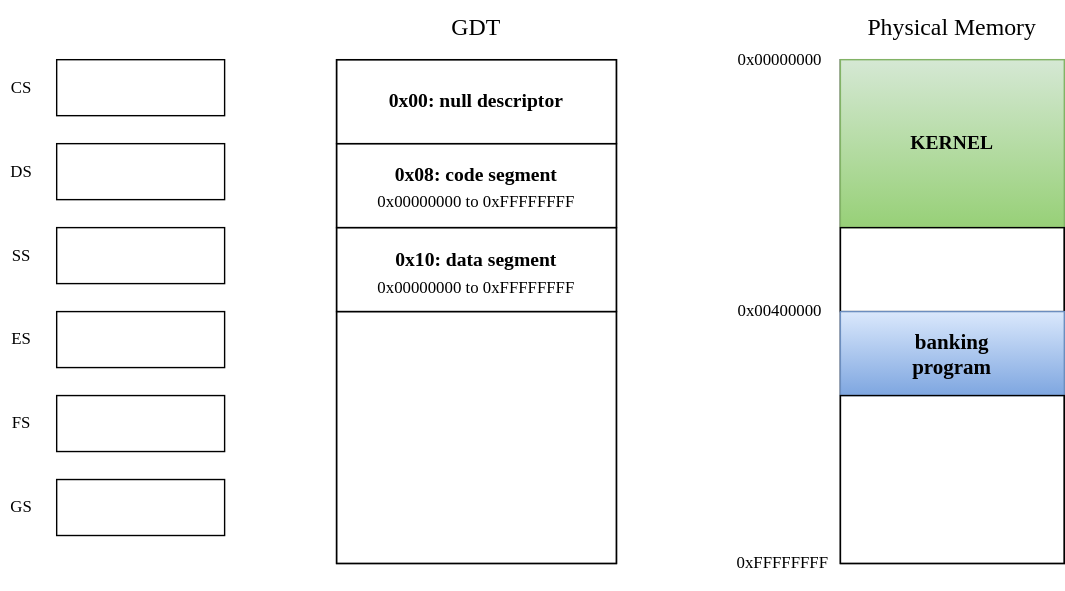
Before: docs/images/segment-selectors.svg, a diagram exported from draw.io (aarav-anish/ritamOS). Source tidied: cells renumbered, new cells last; positions are measured from the earlier drawing's top-left corner, leaving out a move shared by most shapes. Source of this version:
```xml
<mxGraphModel>
  <root>
    <mxCell id="0" />
    <mxCell id="1" parent="0" />
    <mxCell id="2" style="rounded=0;whiteSpace=wrap;html=1;" parent="1" vertex="1">
      <mxGeometry x="40" y="42" width="120" height="40" as="geometry" />
    </mxCell>
    <mxCell id="3" style="rounded=0;whiteSpace=wrap;html=1;" parent="1" vertex="1">
      <mxGeometry x="40" y="102" width="120" height="40" as="geometry" />
    </mxCell>
    <mxCell id="4" style="rounded=0;whiteSpace=wrap;html=1;" parent="1" vertex="1">
      <mxGeometry x="40" y="162" width="120" height="40" as="geometry" />
    </mxCell>
    <mxCell id="5" style="rounded=0;whiteSpace=wrap;html=1;" parent="1" vertex="1">
      <mxGeometry x="40" y="222" width="120" height="40" as="geometry" />
    </mxCell>
    <mxCell id="6" style="rounded=0;whiteSpace=wrap;html=1;" parent="1" vertex="1">
      <mxGeometry x="40" y="282" width="120" height="40" as="geometry" />
    </mxCell>
    <mxCell id="7" style="rounded=0;whiteSpace=wrap;html=1;" parent="1" vertex="1">
      <mxGeometry x="40" y="342" width="120" height="40" as="geometry" />
    </mxCell>
    <mxCell id="8" value="CS" style="text;html=1;whiteSpace=wrap;strokeColor=none;fillColor=none;align=center;verticalAlign=middle;rounded=0;fontFamily=Verdana;" parent="1" vertex="1">
      <mxGeometry y="42" width="30" height="40" as="geometry" />
    </mxCell>
    <mxCell id="9" value="DS" style="text;html=1;whiteSpace=wrap;strokeColor=none;fillColor=none;align=center;verticalAlign=middle;rounded=0;fontFamily=Verdana;" parent="1" vertex="1">
      <mxGeometry y="102" width="30" height="40" as="geometry" />
    </mxCell>
    <mxCell id="10" value="SS" style="text;html=1;whiteSpace=wrap;strokeColor=none;fillColor=none;align=center;verticalAlign=middle;rounded=0;fontFamily=Verdana;" parent="1" vertex="1">
      <mxGeometry y="162" width="30" height="40" as="geometry" />
    </mxCell>
    <mxCell id="11" value="ES" style="text;html=1;whiteSpace=wrap;strokeColor=none;fillColor=none;align=center;verticalAlign=middle;rounded=0;fontFamily=Verdana;" parent="1" vertex="1">
      <mxGeometry y="222" width="30" height="40" as="geometry" />
    </mxCell>
    <mxCell id="12" value="FS" style="text;html=1;whiteSpace=wrap;strokeColor=none;fillColor=none;align=center;verticalAlign=middle;rounded=0;fontFamily=Verdana;" parent="1" vertex="1">
      <mxGeometry y="282" width="30" height="40" as="geometry" />
    </mxCell>
    <mxCell id="13" value="GS" style="text;html=1;whiteSpace=wrap;strokeColor=none;fillColor=none;align=center;verticalAlign=middle;rounded=0;fontFamily=Verdana;" parent="1" vertex="1">
      <mxGeometry y="342" width="30" height="40" as="geometry" />
    </mxCell>
    <mxCell id="14" style="shadow=0;fillColor=none;fontFamily=Verdana;" parent="1" vertex="1">
      <mxGeometry x="240" y="42" width="200" height="360" as="geometry" />
    </mxCell>
    <mxCell id="15" style="shape=tableRow;horizontal=0;startSize=0;swimlaneHead=0;swimlaneBody=0;top=0;left=0;bottom=0;right=0;fontStyle=0;fillColor=none;strokeColor=inherit;fontFamily=Verdana;" parent="14" vertex="1">
      <mxGeometry width="200" height="60" as="geometry" />
    </mxCell>
    <mxCell id="16" value="&lt;font style=&quot;font-size: 14px;&quot;&gt;&lt;b style=&quot;color: light-dark(rgb(0, 0, 0), rgb(255, 153, 204));&quot;&gt;0x00: null descriptor&lt;/b&gt;&lt;/font&gt;" style="strokeColor=inherit;fillColor=none;align=center;whiteSpace=wrap;html=1;fontFamily=Verdana;" parent="15" vertex="1">
      <mxGeometry width="200" height="60" as="geometry" />
    </mxCell>
    <mxCell id="17" style="shape=tableRow;horizontal=0;startSize=0;swimlaneHead=0;swimlaneBody=0;top=0;left=0;bottom=0;right=0;fontStyle=0;fillColor=none;strokeColor=inherit;fontFamily=Verdana;" parent="14" vertex="1">
      <mxGeometry y="60" width="200" height="60" as="geometry" />
    </mxCell>
    <mxCell id="18" value="&lt;font style=&quot;line-height: 170%; font-size: 14px;&quot;&gt;&lt;b style=&quot;color: light-dark(rgb(0, 0, 0), rgb(255, 153, 204));&quot;&gt;0x08: code segment&lt;/b&gt;&lt;/font&gt;&lt;div&gt;0x00000000 to 0xFFFFFFFF&lt;/div&gt;" style="strokeColor=inherit;fillColor=none;align=center;whiteSpace=wrap;html=1;fontFamily=Verdana;" parent="17" vertex="1">
      <mxGeometry width="200" height="60" as="geometry" />
    </mxCell>
    <mxCell id="19" style="shape=tableRow;horizontal=0;startSize=0;swimlaneHead=0;swimlaneBody=0;top=0;left=0;bottom=0;right=0;fontStyle=0;fillColor=none;strokeColor=inherit;fontFamily=Verdana;" parent="14" vertex="1">
      <mxGeometry y="120" width="200" height="60" as="geometry" />
    </mxCell>
    <mxCell id="20" value="&lt;font style=&quot;line-height: 25.5px; font-size: 14px;&quot;&gt;&lt;b style=&quot;color: light-dark(rgb(0, 0, 0), rgb(255, 153, 204));&quot;&gt;0x10: data segment&lt;/b&gt;&lt;/font&gt;&lt;div&gt;0x00000000 to 0xFFFFFFFF&lt;/div&gt;" style="strokeColor=inherit;fillColor=none;align=center;whiteSpace=wrap;html=1;fontFamily=Verdana;" parent="19" vertex="1">
      <mxGeometry width="200" height="60" as="geometry" />
    </mxCell>
    <mxCell id="21" style="shape=tableRow;horizontal=0;startSize=0;swimlaneHead=0;swimlaneBody=0;top=0;left=0;bottom=0;right=0;fontStyle=0;fillColor=none;strokeColor=inherit;fontFamily=Verdana;" parent="14" vertex="1">
      <mxGeometry y="180" width="200" height="180" as="geometry" />
    </mxCell>
    <mxCell id="22" style="strokeColor=inherit;fillColor=none;align=center;whiteSpace=wrap;html=1;fontFamily=Verdana;" parent="21" vertex="1">
      <mxGeometry width="200" height="180" as="geometry" />
    </mxCell>
    <mxCell id="23" style="shadow=0;fillColor=none;fontFamily=Verdana;" parent="1" vertex="1">
      <mxGeometry x="600" y="42" width="160" height="360" as="geometry" />
    </mxCell>
    <mxCell id="24" style="shape=tableRow;horizontal=0;startSize=0;swimlaneHead=0;swimlaneBody=0;top=0;left=0;bottom=0;right=0;fontStyle=0;fillColor=none;strokeColor=inherit;fontFamily=Verdana;labelBackgroundColor=none;" parent="23" vertex="1">
      <mxGeometry width="160" height="120" as="geometry" />
    </mxCell>
    <mxCell id="25" value="&lt;font style=&quot;font-size: 14px;&quot;&gt;&lt;b style=&quot;color: light-dark(rgb(0, 0, 0), rgb(0, 255, 0));&quot;&gt;KERNEL&lt;/b&gt;&lt;/font&gt;" style="strokeColor=#82b366;fillColor=#d5e8d4;align=center;whiteSpace=wrap;html=1;fontFamily=Verdana;labelBackgroundColor=none;gradientColor=#97d077;" parent="24" vertex="1">
      <mxGeometry width="160" height="120" as="geometry" />
    </mxCell>
    <mxCell id="26" style="shape=tableRow;horizontal=0;startSize=0;swimlaneHead=0;swimlaneBody=0;top=0;left=0;bottom=0;right=0;fontStyle=0;fillColor=none;strokeColor=inherit;fontFamily=Verdana;labelBackgroundColor=none;" parent="23" vertex="1">
      <mxGeometry y="120" width="160" height="60" as="geometry" />
    </mxCell>
    <mxCell id="27" style="strokeColor=inherit;fillColor=none;align=center;whiteSpace=wrap;html=1;fontFamily=Verdana;labelBackgroundColor=none;" parent="26" vertex="1">
      <mxGeometry width="160" height="60" as="geometry" />
    </mxCell>
    <mxCell id="28" style="shape=tableRow;horizontal=0;startSize=0;swimlaneHead=0;swimlaneBody=0;top=0;left=0;bottom=0;right=0;fontStyle=0;fillColor=none;strokeColor=inherit;fontFamily=Verdana;labelBackgroundColor=none;" parent="23" vertex="1">
      <mxGeometry y="180" width="160" height="60" as="geometry" />
    </mxCell>
    <mxCell id="29" value="&lt;div&gt;&lt;span style=&quot;font-size: 15px; color: light-dark(rgb(0, 0, 0), rgb(204, 255, 255));&quot;&gt;&lt;b style=&quot;&quot;&gt;banking&lt;/b&gt;&lt;/span&gt;&lt;/div&gt;&lt;div&gt;&lt;span style=&quot;font-size: 15px; color: light-dark(rgb(0, 0, 0), rgb(204, 255, 255));&quot;&gt;&lt;b style=&quot;&quot;&gt;program&lt;/b&gt;&lt;/span&gt;&lt;/div&gt;" style="strokeColor=#6c8ebf;fillColor=#dae8fc;align=center;whiteSpace=wrap;html=1;fontFamily=Verdana;labelBackgroundColor=none;gradientColor=#7ea6e0;" parent="28" vertex="1">
      <mxGeometry width="160" height="60" as="geometry" />
    </mxCell>
    <mxCell id="30" style="shape=tableRow;horizontal=0;startSize=0;swimlaneHead=0;swimlaneBody=0;top=0;left=0;bottom=0;right=0;fontStyle=0;fillColor=none;strokeColor=inherit;fontFamily=Verdana;labelBackgroundColor=none;" parent="23" vertex="1">
      <mxGeometry y="240" width="160" height="120" as="geometry" />
    </mxCell>
    <mxCell id="31" style="strokeColor=inherit;fillColor=none;align=center;whiteSpace=wrap;html=1;fontFamily=Verdana;labelBackgroundColor=none;" parent="30" vertex="1">
      <mxGeometry width="160" height="120" as="geometry" />
    </mxCell>
    <mxCell id="32" value="&lt;font style=&quot;font-size: 17px;&quot;&gt;GDT&lt;/font&gt;" style="text;html=1;whiteSpace=wrap;strokeColor=none;fillColor=none;align=center;verticalAlign=middle;rounded=0;fontFamily=Verdana;" parent="1" vertex="1">
      <mxGeometry x="240" width="200" height="40" as="geometry" />
    </mxCell>
    <mxCell id="33" value="&lt;font style=&quot;font-size: 17px;&quot;&gt;Physical Memory&lt;/font&gt;" style="text;html=1;whiteSpace=wrap;strokeColor=none;fillColor=none;align=center;verticalAlign=middle;rounded=0;fontFamily=Verdana;" parent="1" vertex="1">
      <mxGeometry x="600" width="160" height="40" as="geometry" />
    </mxCell>
    <mxCell id="34" value="0x00000000" style="text;html=1;whiteSpace=wrap;strokeColor=none;fillColor=none;align=center;verticalAlign=middle;rounded=0;fontFamily=Verdana;" parent="1" vertex="1">
      <mxGeometry x="517" y="22" width="80" height="40" as="geometry" />
    </mxCell>
    <mxCell id="35" value="0x00400000" style="text;html=1;whiteSpace=wrap;strokeColor=none;fillColor=none;align=center;verticalAlign=middle;rounded=0;fontFamily=Verdana;" parent="1" vertex="1">
      <mxGeometry x="517" y="202" width="80" height="40" as="geometry" />
    </mxCell>
    <mxCell id="36" value="0xFFFFFFFF" style="text;html=1;whiteSpace=wrap;strokeColor=none;fillColor=none;align=center;verticalAlign=middle;rounded=0;fontFamily=Verdana;" parent="1" vertex="1">
      <mxGeometry x="519" y="382" width="80" height="40" as="geometry" />
    </mxCell>
  </root>
</mxGraphModel>
```
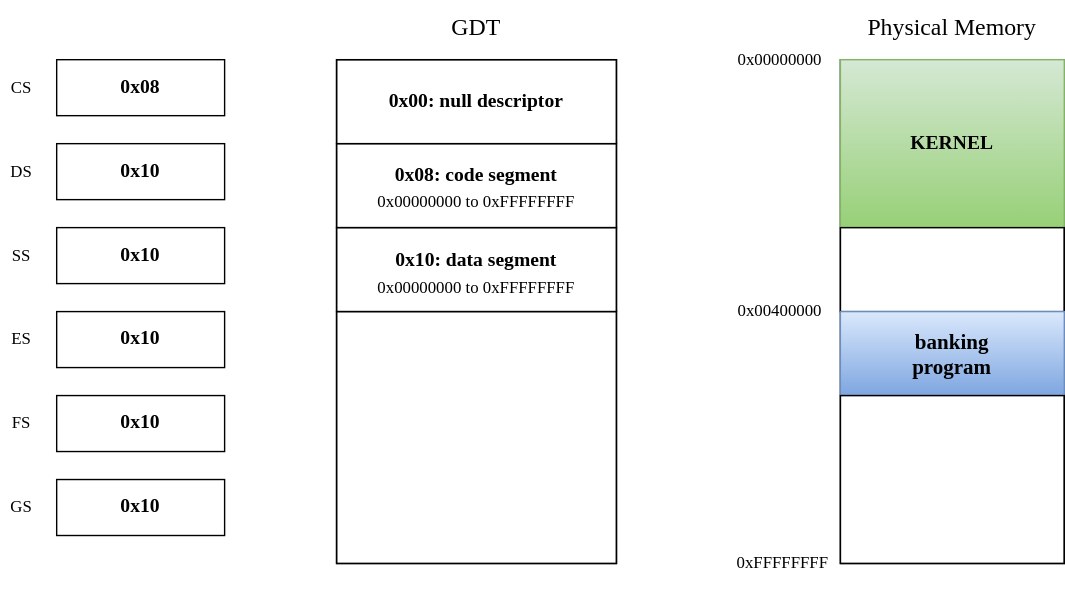
The same file after the commit.

Commit message:
add separate data segments for each module

What changed in the source:
```diff
@@ -2,22 +2,22 @@
   <root>
     <mxCell id="0" />
     <mxCell id="1" parent="0" />
-    <mxCell id="2" style="rounded=0;whiteSpace=wrap;html=1;" parent="1" vertex="1">
+    <mxCell id="2" value="&lt;b style=&quot;font-family: Verdana; font-size: 14px; color: light-dark(rgb(0, 0, 0), rgb(255, 153, 204));&quot;&gt;0x08&lt;/b&gt;" style="rounded=0;whiteSpace=wrap;html=1;" parent="1" vertex="1">
       <mxGeometry x="40" y="42" width="120" height="40" as="geometry" />
     </mxCell>
-    <mxCell id="3" style="rounded=0;whiteSpace=wrap;html=1;" parent="1" vertex="1">
+    <mxCell id="3" value="&lt;b style=&quot;font-family: Verdana; font-size: 14px; color: light-dark(rgb(0, 0, 0), rgb(255, 153, 204));&quot;&gt;0x10&lt;/b&gt;" style="rounded=0;whiteSpace=wrap;html=1;" parent="1" vertex="1">
       <mxGeometry x="40" y="102" width="120" height="40" as="geometry" />
     </mxCell>
-    <mxCell id="4" style="rounded=0;whiteSpace=wrap;html=1;" parent="1" vertex="1">
+    <mxCell id="4" value="&lt;b style=&quot;font-family: Verdana; font-size: 14px; color: light-dark(rgb(0, 0, 0), rgb(255, 153, 204));&quot;&gt;0x10&lt;/b&gt;" style="rounded=0;whiteSpace=wrap;html=1;" parent="1" vertex="1">
       <mxGeometry x="40" y="162" width="120" height="40" as="geometry" />
     </mxCell>
-    <mxCell id="5" style="rounded=0;whiteSpace=wrap;html=1;" parent="1" vertex="1">
+    <mxCell id="5" value="&lt;b style=&quot;font-family: Verdana; font-size: 14px; color: light-dark(rgb(0, 0, 0), rgb(255, 153, 204));&quot;&gt;0x10&lt;/b&gt;" style="rounded=0;whiteSpace=wrap;html=1;" parent="1" vertex="1">
       <mxGeometry x="40" y="222" width="120" height="40" as="geometry" />
     </mxCell>
-    <mxCell id="6" style="rounded=0;whiteSpace=wrap;html=1;" parent="1" vertex="1">
+    <mxCell id="6" value="&lt;b style=&quot;font-family: Verdana; font-size: 14px; color: light-dark(rgb(0, 0, 0), rgb(255, 153, 204));&quot;&gt;0x10&lt;/b&gt;" style="rounded=0;whiteSpace=wrap;html=1;" parent="1" vertex="1">
       <mxGeometry x="40" y="282" width="120" height="40" as="geometry" />
     </mxCell>
-    <mxCell id="7" style="rounded=0;whiteSpace=wrap;html=1;" parent="1" vertex="1">
+    <mxCell id="7" value="&lt;b style=&quot;font-family: Verdana; font-size: 14px; color: light-dark(rgb(0, 0, 0), rgb(255, 153, 204));&quot;&gt;0x10&lt;/b&gt;" style="rounded=0;whiteSpace=wrap;html=1;" parent="1" vertex="1">
       <mxGeometry x="40" y="342" width="120" height="40" as="geometry" />
     </mxCell>
     <mxCell id="8" value="CS" style="text;html=1;whiteSpace=wrap;strokeColor=none;fillColor=none;align=center;verticalAlign=middle;rounded=0;fontFamily=Verdana;" parent="1" vertex="1">
@@ -56,7 +56,7 @@
     <mxCell id="19" style="shape=tableRow;horizontal=0;startSize=0;swimlaneHead=0;swimlaneBody=0;top=0;left=0;bottom=0;right=0;fontStyle=0;fillColor=none;strokeColor=inherit;fontFamily=Verdana;" parent="14" vertex="1">
       <mxGeometry y="120" width="200" height="60" as="geometry" />
     </mxCell>
-    <mxCell id="20" value="&lt;font style=&quot;line-height: 25.5px; font-size: 14px;&quot;&gt;&lt;b style=&quot;color: light-dark(rgb(0, 0, 0), rgb(255, 153, 204));&quot;&gt;0x10: data segment&lt;/b&gt;&lt;/font&gt;&lt;div&gt;0x00000000 to 0xFFFFFFFF&lt;/div&gt;" style="strokeColor=inherit;fillColor=none;align=center;whiteSpace=wrap;html=1;fontFamily=Verdana;" parent="19" vertex="1">
+    <mxCell id="20" value="&lt;font style=&quot;line-height: 25.5px; font-size: 14px;&quot;&gt;&lt;b style=&quot;color: light-dark(rgb(0, 0, 0), rgb(255, 153, 204)); line-height: 170%;&quot;&gt;0x10: data segment&lt;/b&gt;&lt;/font&gt;&lt;div&gt;0x00000000 to 0xFFFFFFFF&lt;/div&gt;" style="strokeColor=inherit;fillColor=none;align=center;whiteSpace=wrap;html=1;fontFamily=Verdana;" parent="19" vertex="1">
       <mxGeometry width="200" height="60" as="geometry" />
     </mxCell>
     <mxCell id="21" style="shape=tableRow;horizontal=0;startSize=0;swimlaneHead=0;swimlaneBody=0;top=0;left=0;bottom=0;right=0;fontStyle=0;fillColor=none;strokeColor=inherit;fontFamily=Verdana;" parent="14" vertex="1">
```
